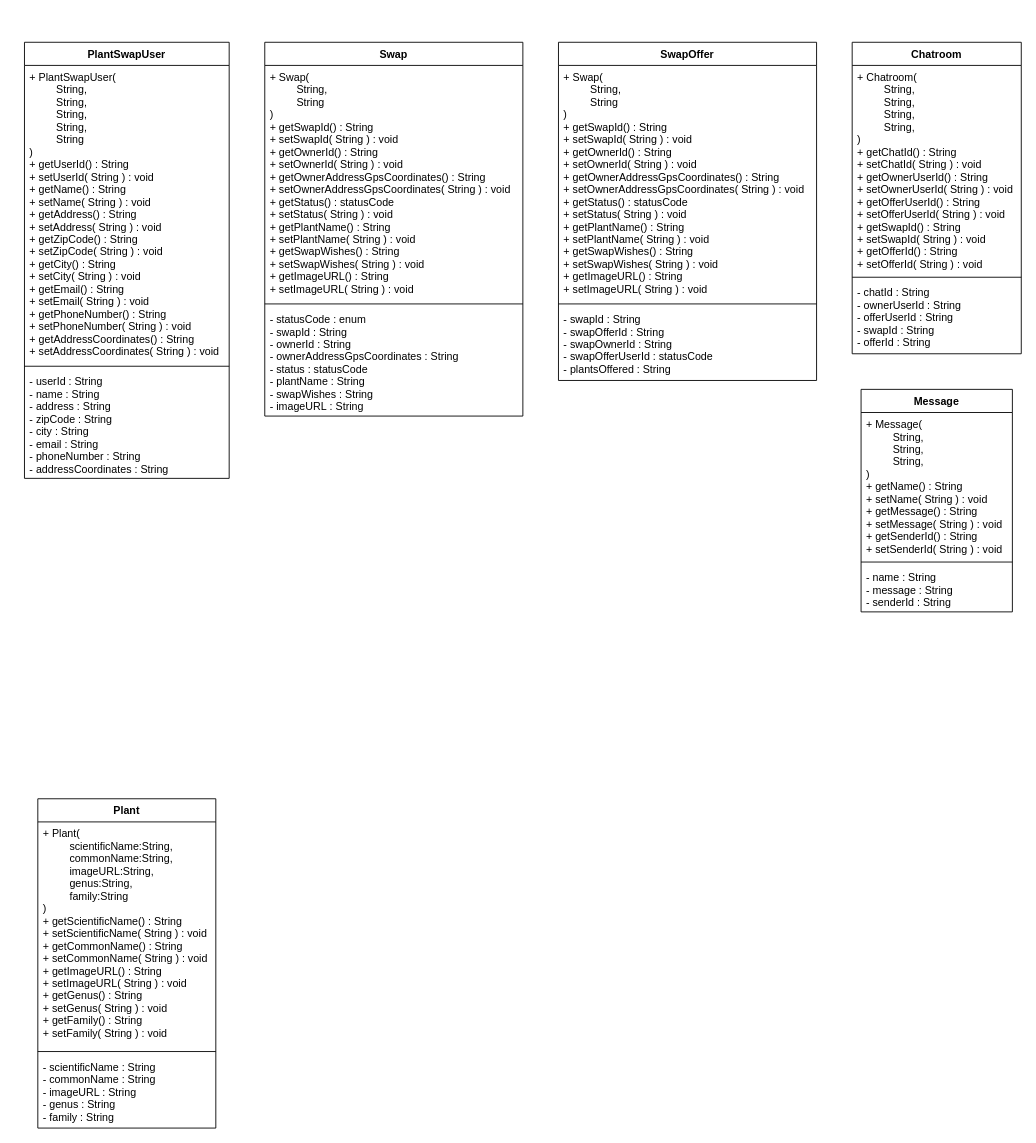
Before: page "architecture-models" (2 of 2) of PlanSwapDiagrams.drawio in Macradon/ITSMAP-AppProject, a draw.io diagram. Source tidied: cells renumbered, new cells numbered last; positions are measured from the earlier drawing's top-left corner, leaving out a move shared by most shapes. Both pictures are drawn from the tidied source at 89%, with x=0, y=0 at pixel (24, 42).
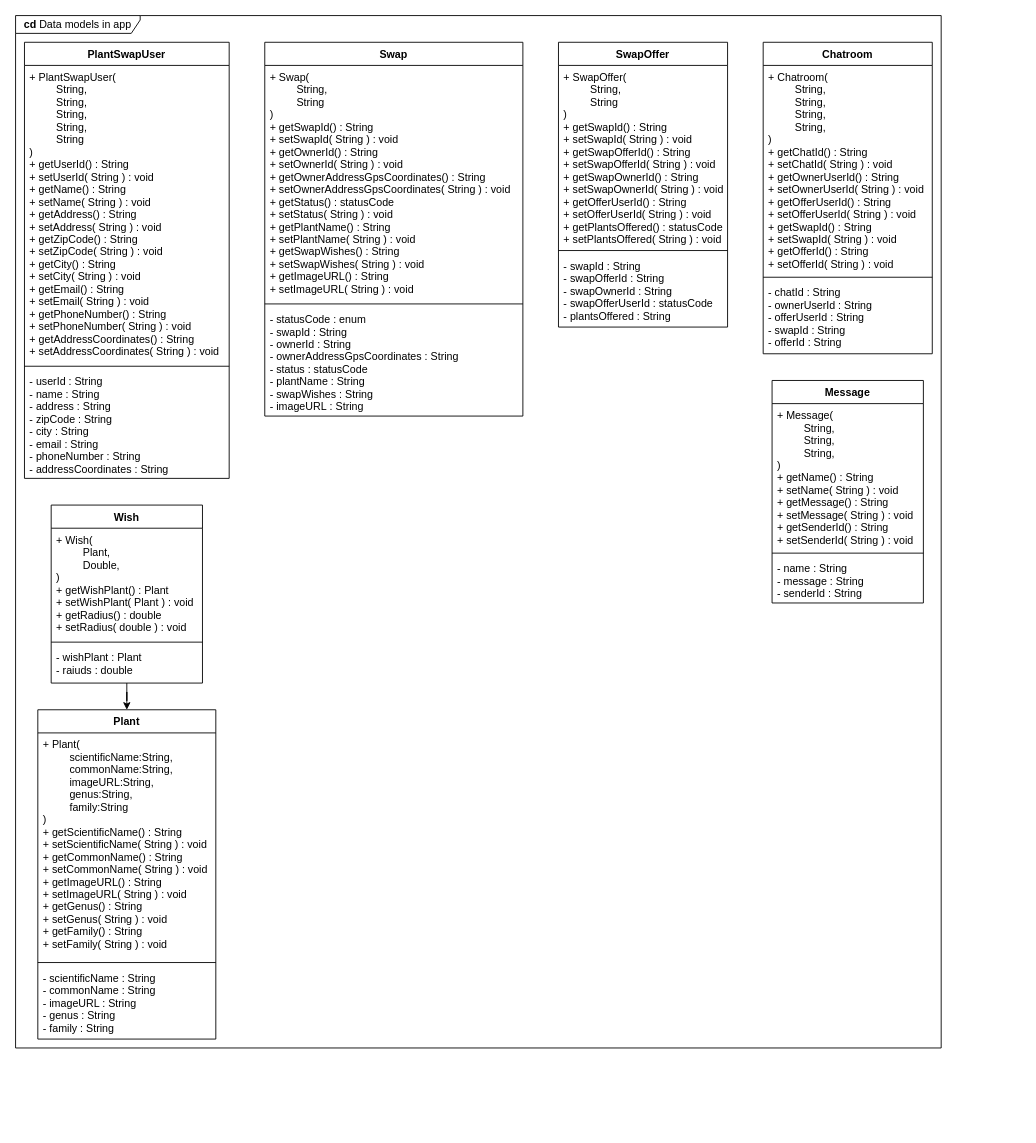
After the change.

Commit message (it also covers changes not shown here):
Added diagrams and edited data models

Diff of the diagram source:
```diff
@@
     <mxCell id="6" value="Chatroom" style="swimlane;fontStyle=1;align=center;verticalAlign=top;horizontal=1;startSize=26;" parent="1" vertex="1">
-      <mxGeometry x="930" width="190" height="350" as="geometry" />
+      <mxGeometry x="830" width="190" height="350" as="geometry" />
     </mxCell>
@@
     <mxCell id="10" value="Message" style="swimlane;fontStyle=1;align=center;verticalAlign=top;horizontal=1;startSize=26;" parent="1" vertex="1">
-      <mxGeometry x="940" y="390" width="170" height="250" as="geometry" />
+      <mxGeometry x="840" y="380" width="170" height="250" as="geometry" />
     </mxCell>
@@
     <mxCell id="14" value="Plant" style="swimlane;fontStyle=1;align=center;verticalAlign=top;horizontal=1;startSize=26;" parent="1" vertex="1">
-      <mxGeometry x="15" y="850" width="200" height="370" as="geometry" />
+      <mxGeometry x="15" y="750" width="200" height="370" as="geometry" />
     </mxCell>
@@
     <mxCell id="22" value="SwapOffer" style="swimlane;fontStyle=1;align=center;verticalAlign=top;horizontal=1;startSize=26;" parent="1" vertex="1">
-      <mxGeometry x="600" width="290" height="380" as="geometry" />
+      <mxGeometry x="600" width="190" height="320" as="geometry" />
     </mxCell>
-    <mxCell id="23" value="+ Swap(&#10;         String,&#10;         String&#10;)&#10;+ getSwapId() : String&#10;+ setSwapId( String ) : void&#10;+ getOwnerId() : String&#10;+ setOwnerId( String ) : void&#10;+ getOwnerAddressGpsCoordinates() : String&#10;+ setOwnerAddressGpsCoordinates( String ) : void&#10;+ getStatus() : statusCode&#10;+ setStatus( String ) : void&#10;+ getPlantName() : String&#10;+ setPlantName( String ) : void&#10;+ getSwapWishes() : String&#10;+ setSwapWishes( String ) : void&#10;+ getImageURL() : String&#10;+ setImageURL( String ) : void" style="text;strokeColor=none;fillColor=none;align=left;verticalAlign=top;spacingLeft=4;spacingRight=4;overflow=hidden;" parent="22" vertex="1">
-      <mxGeometry y="26" width="290" height="264" as="geometry" />
+    <mxCell id="23" value="+ SwapOffer(&#10;         String,&#10;         String&#10;)&#10;+ getSwapId() : String&#10;+ setSwapId( String ) : void&#10;+ getSwapOfferId() : String&#10;+ setSwapOfferId( String ) : void&#10;+ getSwapOwnerId() : String&#10;+ setSwapOwnerId( String ) : void&#10;+ getOfferUserId() : String&#10;+ setOfferUserId( String ) : void&#10;+ getPlantsOffered() : statusCode&#10;+ setPlantsOffered( String ) : void" style="text;strokeColor=none;fillColor=none;align=left;verticalAlign=top;spacingLeft=4;spacingRight=4;overflow=hidden;" parent="22" vertex="1">
+      <mxGeometry y="26" width="190" height="204" as="geometry" />
     </mxCell>
     <mxCell id="24" style="line;strokeWidth=1;fillColor=none;align=left;verticalAlign=middle;spacingTop=-1;spacingLeft=3;spacingRight=3;labelPosition=right;" parent="22" vertex="1">
-      <mxGeometry y="290" width="290" height="8" as="geometry" />
+      <mxGeometry y="230" width="190" height="8" as="geometry" />
     </mxCell>
     <mxCell id="25" value="- swapId : String&#10;- swapOfferId : String&#10;- swapOwnerId : String&#10;- swapOfferUserId : statusCode&#10;- plantsOffered : String" style="text;strokeColor=none;fillColor=none;align=left;verticalAlign=top;spacingLeft=4;spacingRight=4;overflow=hidden;" parent="22" vertex="1">
-      <mxGeometry y="298" width="290" height="82" as="geometry" />
+      <mxGeometry y="238" width="190" height="82" as="geometry" />
     </mxCell>
+    <mxCell id="26" style="edgeStyle=orthogonalEdgeStyle;rounded=0;jettySize=auto;html=1;" parent="1" edge="1" source="27" target="14">
+      <mxGeometry relative="1" as="geometry" />
+    </mxCell>
+    <mxCell id="27" value="Wish" style="swimlane;fontStyle=1;align=center;verticalAlign=top;horizontal=1;startSize=26;" parent="1" vertex="1">
+      <mxGeometry x="30" y="520" width="170" height="200" as="geometry" />
+    </mxCell>
+    <mxCell id="28" value="+ Wish(&#10;         Plant,&#10;         Double,&#10;)&#10;+ getWishPlant() : Plant&#10;+ setWishPlant( Plant ) : void&#10;+ getRadius() : double&#10;+ setRadius( double ) : void" style="text;strokeColor=none;fillColor=none;align=left;verticalAlign=top;spacingLeft=4;spacingRight=4;overflow=hidden;" parent="27" vertex="1">
+      <mxGeometry y="26" width="170" height="124" as="geometry" />
+    </mxCell>
+    <mxCell id="29" style="line;strokeWidth=1;fillColor=none;align=left;verticalAlign=middle;spacingTop=-1;spacingLeft=3;spacingRight=3;labelPosition=right;" parent="27" vertex="1">
+      <mxGeometry y="150" width="170" height="8" as="geometry" />
+    </mxCell>
+    <mxCell id="30" value="- wishPlant : Plant&#10;- raiuds : double" style="text;strokeColor=none;fillColor=none;align=left;verticalAlign=top;spacingLeft=4;spacingRight=4;overflow=hidden;" parent="27" vertex="1">
+      <mxGeometry y="158" width="170" height="42" as="geometry" />
+    </mxCell>
+    <mxCell id="31" value="&lt;b&gt;cd&lt;/b&gt;&amp;nbsp;Data models in app" style="shape=umlFrame;whiteSpace=wrap;html=1;width=140;height=20;" parent="1" vertex="1">
+      <mxGeometry x="-10" y="-30" width="1040" height="1160" as="geometry" />
+    </mxCell>
```
